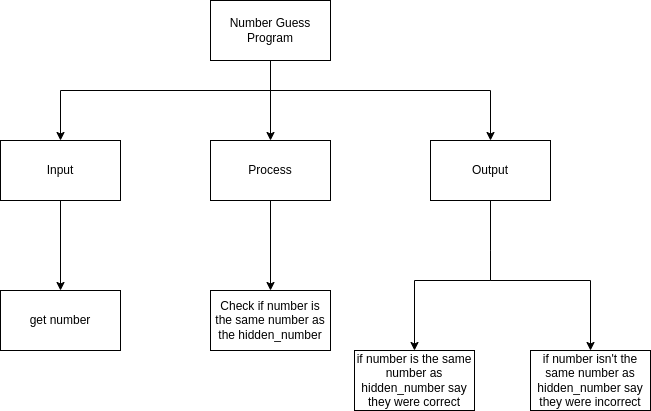
Before: TopDown.png, a diagram exported from draw.io (Ethan-Prieur1/ICS3U-Unit3-03-Python). Source tidied: cells renumbered, new cells last; positions are measured from the earlier drawing's top-left corner, leaving out a move shared by most shapes. Source of this version:
```xml
<mxGraphModel>
  <root>
    <mxCell id="0" />
    <mxCell id="1" parent="0" />
    <mxCell id="2" style="edgeStyle=none;html=1;entryX=0.5;entryY=0;entryDx=0;entryDy=0;jumpStyle=line;" parent="1" edge="1" target="9">
      <mxGeometry relative="1" as="geometry">
        <mxPoint x="270" y="60" as="sourcePoint" />
      </mxGeometry>
    </mxCell>
    <mxCell id="3" style="edgeStyle=orthogonalEdgeStyle;rounded=0;jumpStyle=line;html=1;entryX=0.5;entryY=0;entryDx=0;entryDy=0;" parent="1" edge="1" source="5" target="7">
      <mxGeometry relative="1" as="geometry">
        <Array as="points">
          <mxPoint x="270" y="90" />
          <mxPoint x="60" y="90" />
        </Array>
      </mxGeometry>
    </mxCell>
    <mxCell id="4" style="edgeStyle=orthogonalEdgeStyle;shape=connector;rounded=0;jumpStyle=line;html=1;labelBackgroundColor=default;fontFamily=Helvetica;fontSize=11;fontColor=default;endArrow=classic;strokeColor=default;" parent="1" edge="1" source="5" target="10">
      <mxGeometry relative="1" as="geometry">
        <Array as="points">
          <mxPoint x="270" y="90" />
          <mxPoint x="490" y="90" />
        </Array>
      </mxGeometry>
    </mxCell>
    <mxCell id="5" value="Number Guess Program" style="rounded=0;whiteSpace=wrap;html=1;" parent="1" vertex="1">
      <mxGeometry x="210" width="120" height="60" as="geometry" />
    </mxCell>
    <mxCell id="6" style="edgeStyle=none;html=1;" parent="1" edge="1" source="7" target="11">
      <mxGeometry relative="1" as="geometry" />
    </mxCell>
    <mxCell id="7" value="Input" style="rounded=0;whiteSpace=wrap;html=1;" parent="1" vertex="1">
      <mxGeometry y="140" width="120" height="60" as="geometry" />
    </mxCell>
    <mxCell id="8" style="edgeStyle=none;html=1;" parent="1" edge="1" source="9" target="12">
      <mxGeometry relative="1" as="geometry" />
    </mxCell>
    <mxCell id="9" value="Process" style="rounded=0;whiteSpace=wrap;html=1;" parent="1" vertex="1">
      <mxGeometry x="210" y="140" width="120" height="60" as="geometry" />
    </mxCell>
    <mxCell id="10" value="Output" style="rounded=0;whiteSpace=wrap;html=1;" parent="1" vertex="1">
      <mxGeometry x="430" y="140" width="120" height="60" as="geometry" />
    </mxCell>
    <mxCell id="11" value="get number" style="rounded=0;whiteSpace=wrap;html=1;" parent="1" vertex="1">
      <mxGeometry y="290" width="120" height="60" as="geometry" />
    </mxCell>
    <mxCell id="12" value="Check if number is the same number as the hidden_number" style="rounded=0;whiteSpace=wrap;html=1;" parent="1" vertex="1">
      <mxGeometry x="210" y="290" width="120" height="60" as="geometry" />
    </mxCell>
    <mxCell id="13" value="if number is the same number as hidden_number say they were correct" style="rounded=0;whiteSpace=wrap;html=1;" parent="1" vertex="1">
      <mxGeometry x="354" y="350" width="120" height="60" as="geometry" />
    </mxCell>
    <mxCell id="14" value="&lt;span&gt;if number isn't the same number as hidden_number say they were incorrect&lt;/span&gt;" style="rounded=0;whiteSpace=wrap;html=1;" parent="1" vertex="1">
      <mxGeometry x="530" y="350" width="120" height="60" as="geometry" />
    </mxCell>
    <mxCell id="15" style="edgeStyle=orthogonalEdgeStyle;shape=connector;rounded=0;jumpStyle=line;html=1;labelBackgroundColor=default;fontFamily=Helvetica;fontSize=11;fontColor=default;endArrow=classic;strokeColor=default;entryX=0.5;entryY=0;entryDx=0;entryDy=0;" parent="1" edge="1" target="14">
      <mxGeometry relative="1" as="geometry">
        <mxPoint x="490" y="250" as="sourcePoint" />
        <Array as="points">
          <mxPoint x="490" y="280" />
          <mxPoint x="590" y="280" />
        </Array>
      </mxGeometry>
    </mxCell>
    <mxCell id="16" style="endArrow=none;html=1;rounded=1;labelBackgroundColor=default;fontFamily=Helvetica;fontSize=11;fontColor=default;strokeColor=default;shape=connector;" parent="1" edge="1">
      <mxGeometry relative="1" as="geometry">
        <mxPoint x="490" y="250" as="sourcePoint" />
        <mxPoint x="490" y="200" as="targetPoint" />
        <Array as="points">
          <mxPoint x="490" y="200" />
        </Array>
      </mxGeometry>
    </mxCell>
    <mxCell id="17" style="edgeStyle=orthogonalEdgeStyle;shape=connector;rounded=0;jumpStyle=line;html=1;labelBackgroundColor=default;fontFamily=Helvetica;fontSize=11;fontColor=default;endArrow=classic;strokeColor=default;entryX=0.5;entryY=0;entryDx=0;entryDy=0;" parent="1" edge="1" target="13">
      <mxGeometry relative="1" as="geometry">
        <mxPoint x="490" y="250" as="sourcePoint" />
        <Array as="points">
          <mxPoint x="490" y="280" />
          <mxPoint x="414" y="280" />
        </Array>
      </mxGeometry>
    </mxCell>
  </root>
</mxGraphModel>
```
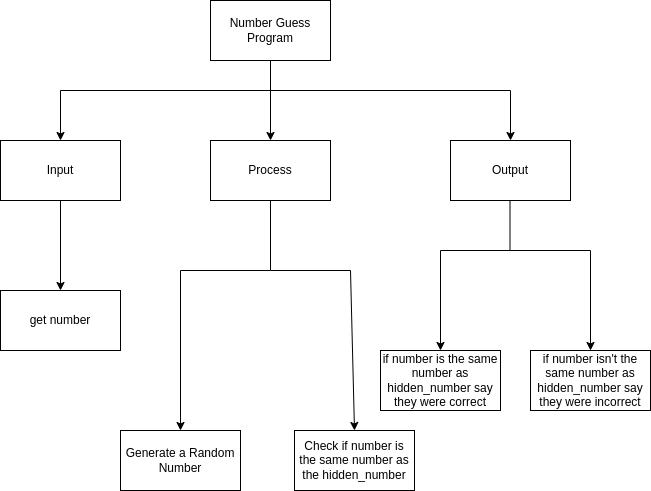
After the change.

Change to the diagram source:
```diff
@@ -19,7 +19,7 @@
       <mxGeometry relative="1" as="geometry">
         <Array as="points">
           <mxPoint x="270" y="90" />
-          <mxPoint x="490" y="90" />
+          <mxPoint x="510" y="90" />
         </Array>
       </mxGeometry>
     </mxCell>
@@ -32,53 +32,72 @@
     <mxCell id="7" value="Input" style="rounded=0;whiteSpace=wrap;html=1;" parent="1" vertex="1">
       <mxGeometry y="140" width="120" height="60" as="geometry" />
     </mxCell>
-    <mxCell id="8" style="edgeStyle=none;html=1;" parent="1" edge="1" source="9" target="12">
-      <mxGeometry relative="1" as="geometry" />
+    <mxCell id="8" style="edgeStyle=none;html=1;rounded=0;entryX=0.5;entryY=0;entryDx=0;entryDy=0;" parent="1" edge="1" target="19">
+      <mxGeometry relative="1" as="geometry">
+        <mxPoint x="270" y="270" as="sourcePoint" />
+        <Array as="points">
+          <mxPoint x="180" y="270" />
+        </Array>
+      </mxGeometry>
     </mxCell>
     <mxCell id="9" value="Process" style="rounded=0;whiteSpace=wrap;html=1;" parent="1" vertex="1">
       <mxGeometry x="210" y="140" width="120" height="60" as="geometry" />
     </mxCell>
     <mxCell id="10" value="Output" style="rounded=0;whiteSpace=wrap;html=1;" parent="1" vertex="1">
-      <mxGeometry x="430" y="140" width="120" height="60" as="geometry" />
+      <mxGeometry x="450" y="140" width="120" height="60" as="geometry" />
     </mxCell>
     <mxCell id="11" value="get number" style="rounded=0;whiteSpace=wrap;html=1;" parent="1" vertex="1">
       <mxGeometry y="290" width="120" height="60" as="geometry" />
     </mxCell>
     <mxCell id="12" value="Check if number is the same number as the hidden_number" style="rounded=0;whiteSpace=wrap;html=1;" parent="1" vertex="1">
-      <mxGeometry x="210" y="290" width="120" height="60" as="geometry" />
+      <mxGeometry x="294" y="430" width="120" height="60" as="geometry" />
     </mxCell>
     <mxCell id="13" value="if number is the same number as hidden_number say they were correct" style="rounded=0;whiteSpace=wrap;html=1;" parent="1" vertex="1">
-      <mxGeometry x="354" y="350" width="120" height="60" as="geometry" />
+      <mxGeometry x="380" y="350" width="120" height="60" as="geometry" />
     </mxCell>
     <mxCell id="14" value="&lt;span&gt;if number isn't the same number as hidden_number say they were incorrect&lt;/span&gt;" style="rounded=0;whiteSpace=wrap;html=1;" parent="1" vertex="1">
       <mxGeometry x="530" y="350" width="120" height="60" as="geometry" />
     </mxCell>
-    <mxCell id="15" style="edgeStyle=orthogonalEdgeStyle;shape=connector;rounded=0;jumpStyle=line;html=1;labelBackgroundColor=default;fontFamily=Helvetica;fontSize=11;fontColor=default;endArrow=classic;strokeColor=default;entryX=0.5;entryY=0;entryDx=0;entryDy=0;" parent="1" edge="1" target="14">
-      <mxGeometry relative="1" as="geometry">
-        <mxPoint x="490" y="250" as="sourcePoint" />
-        <Array as="points">
-          <mxPoint x="490" y="280" />
-          <mxPoint x="590" y="280" />
-        </Array>
-      </mxGeometry>
-    </mxCell>
     <mxCell id="16" style="endArrow=none;html=1;rounded=1;labelBackgroundColor=default;fontFamily=Helvetica;fontSize=11;fontColor=default;strokeColor=default;shape=connector;" parent="1" edge="1">
       <mxGeometry relative="1" as="geometry">
-        <mxPoint x="490" y="250" as="sourcePoint" />
-        <mxPoint x="490" y="200" as="targetPoint" />
+        <mxPoint x="509.5" y="250" as="sourcePoint" />
+        <mxPoint x="509.5" y="200" as="targetPoint" />
         <Array as="points">
-          <mxPoint x="490" y="200" />
+          <mxPoint x="509.5" y="200" />
         </Array>
       </mxGeometry>
     </mxCell>
-    <mxCell id="17" style="edgeStyle=orthogonalEdgeStyle;shape=connector;rounded=0;jumpStyle=line;html=1;labelBackgroundColor=default;fontFamily=Helvetica;fontSize=11;fontColor=default;endArrow=classic;strokeColor=default;entryX=0.5;entryY=0;entryDx=0;entryDy=0;" parent="1" edge="1" target="13">
-      <mxGeometry relative="1" as="geometry">
-        <mxPoint x="490" y="250" as="sourcePoint" />
-        <Array as="points">
-          <mxPoint x="490" y="280" />
-          <mxPoint x="414" y="280" />
-        </Array>
-      </mxGeometry>
-    </mxCell>
+    <mxCell id="18" style="edgeStyle=none;html=1;rounded=0;entryX=0.5;entryY=0;entryDx=0;entryDy=0;" parent="1" edge="1" target="12">
+      <mxGeometry relative="1" as="geometry">
+        <mxPoint x="270" y="270" as="sourcePoint" />
+        <Array as="points">
+          <mxPoint x="350" y="270" />
+        </Array>
+      </mxGeometry>
+    </mxCell>
+    <mxCell id="19" value="Generate a Random Number" style="rounded=0;whiteSpace=wrap;html=1;" parent="1" vertex="1">
+      <mxGeometry x="120" y="430" width="120" height="60" as="geometry" />
+    </mxCell>
+    <mxCell id="20" style="endArrow=none;html=1;entryX=0.5;entryY=1;entryDx=0;entryDy=0;" parent="1" edge="1" target="9">
+      <mxGeometry relative="1" as="geometry">
+        <mxPoint x="270" y="270" as="sourcePoint" />
+      </mxGeometry>
+    </mxCell>
+    <mxCell id="21" style="endArrow=classic;html=1;rounded=0;entryX=0.5;entryY=0;entryDx=0;entryDy=0;" parent="1" edge="1" target="13">
+      <mxGeometry relative="1" as="geometry">
+        <mxPoint x="510" y="250" as="sourcePoint" />
+        <Array as="points">
+          <mxPoint x="440" y="250" />
+        </Array>
+      </mxGeometry>
+    </mxCell>
+    <mxCell id="22" style="endArrow=classic;html=1;rounded=0;entryX=0.5;entryY=0;entryDx=0;entryDy=0;" parent="1" edge="1" target="14">
+      <mxGeometry relative="1" as="geometry">
+        <mxPoint x="510" y="250" as="sourcePoint" />
+        <Array as="points">
+          <mxPoint x="590" y="250" />
+        </Array>
+      </mxGeometry>
+    </mxCell>
   </root>
 </mxGraphModel>
```
